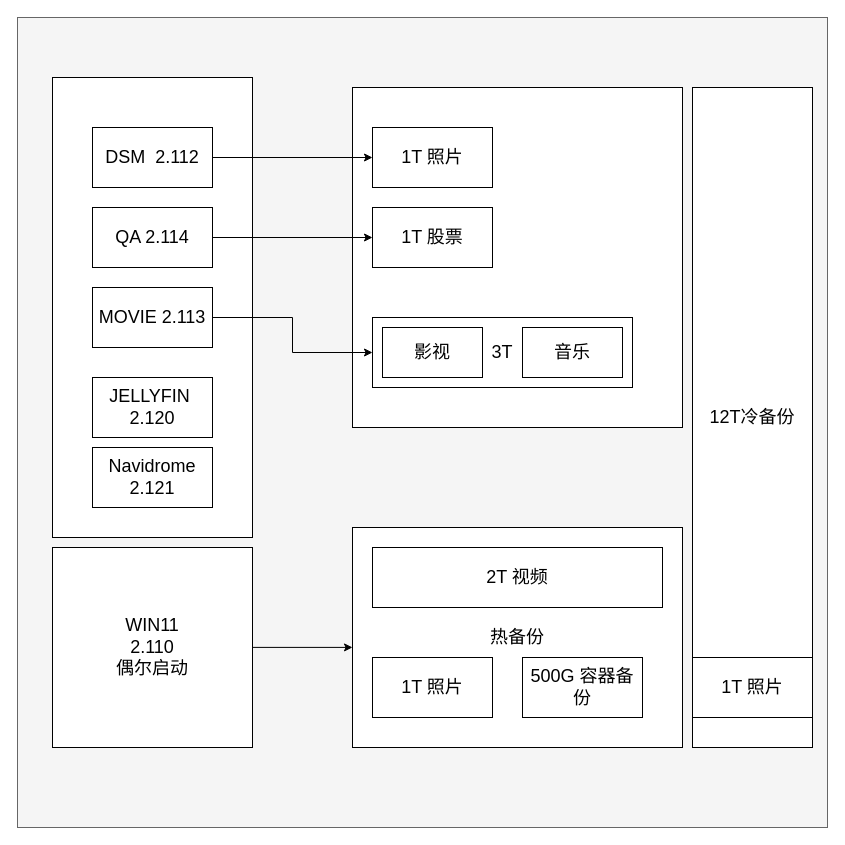
The draw.io diagram src/pve拓扑.drawio in yehonghao/draw, before the edit. Source tidied: cells renumbered, new cells numbered last; positions are measured from the earlier drawing's top-left corner, leaving out a move shared by most shapes. Both pictures are drawn from the tidied source at 100%, with x=0, y=0 at pixel (17, 17).
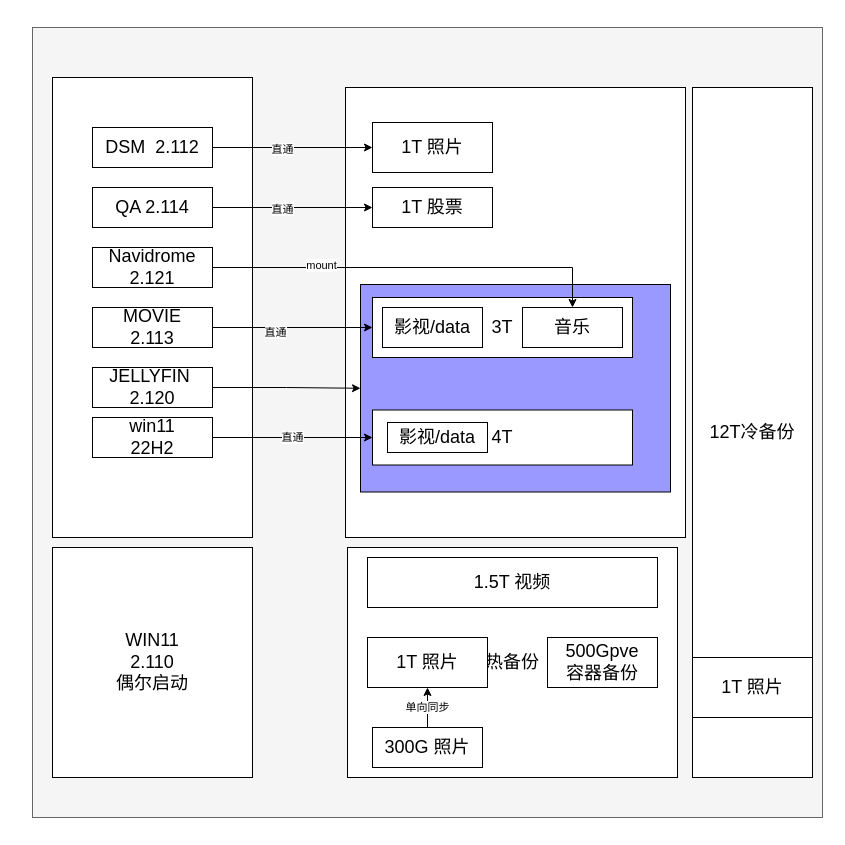
Above is the later version.

Unchanged cells that the change refers to:
```xml
<mxCell id="5" style="edgeStyle=orthogonalEdgeStyle;rounded=0;jettySize=auto;html=1;exitX=1;exitY=0.5;exitDx=0;exitDy=0;fontSize=18;" parent="1" edge="1" source="6" target="13">
  <mxGeometry relative="1" as="geometry" />
</mxCell>
<mxCell id="7" style="edgeStyle=orthogonalEdgeStyle;rounded=0;jettySize=auto;html=1;exitX=1;exitY=0.5;exitDx=0;exitDy=0;entryX=0;entryY=0.5;entryDx=0;entryDy=0;fontSize=18;" parent="1" edge="1" source="8" target="12">
  <mxGeometry relative="1" as="geometry" />
</mxCell>
```

Diff of the diagram source:
```diff
@@
     <mxCell id="2" style="whiteSpace=wrap;html=1;fillColor=#f5f5f5;fontColor=#333333;strokeColor=#666666;" parent="1" vertex="1">
-      <mxGeometry width="810" height="810" as="geometry" />
+      <mxGeometry x="15" y="10" width="790" height="790" as="geometry" />
     </mxCell>
     <mxCell id="3" style="rounded=0;whiteSpace=wrap;html=1;fontSize=18;" parent="1" vertex="1">
-      <mxGeometry x="335" y="70" width="330" height="340" as="geometry" />
+      <mxGeometry x="328" y="70" width="340" height="450" as="geometry" />
     </mxCell>
+    <mxCell id="26" style="rounded=0;whiteSpace=wrap;html=1;fontSize=18;fillColor=#9999FF;" parent="1" vertex="1">
+      <mxGeometry x="343" y="267" width="310" height="207.5" as="geometry" />
+    </mxCell>
@@
+    <mxCell id="27" value="直通" style="edgeLabel;html=1;align=center;verticalAlign=middle;" parent="5" vertex="1">
+      <mxGeometry x="-0.14" y="-1" relative="1" as="geometry" />
+    </mxCell>
     <mxCell id="6" value="DSM&amp;nbsp; 2.112" style="rounded=0;whiteSpace=wrap;html=1;fontSize=18;" parent="1" vertex="1">
-      <mxGeometry x="75" y="110" width="120" height="60" as="geometry" />
+      <mxGeometry x="75" y="110" width="120" height="40" as="geometry" />
     </mxCell>
@@
+    <mxCell id="28" value="直通" style="edgeLabel;html=1;align=center;verticalAlign=middle;" parent="7" vertex="1">
+      <mxGeometry x="-0.23" y="-4" relative="1" as="geometry" />
+    </mxCell>
-    <mxCell id="8" value="MOVIE 2.113" style="rounded=0;whiteSpace=wrap;html=1;fontSize=18;" parent="1" vertex="1">
-      <mxGeometry x="75" y="270" width="120" height="60" as="geometry" />
+    <mxCell id="8" value="MOVIE &lt;br&gt;2.113" style="rounded=0;whiteSpace=wrap;html=1;fontSize=18;" parent="1" vertex="1">
+      <mxGeometry x="75" y="290" width="120" height="40" as="geometry" />
     </mxCell>
+    <mxCell id="29" style="edgeStyle=orthogonalEdgeStyle;rounded=0;jettySize=auto;html=1;" parent="1" edge="1" source="9" target="26">
+      <mxGeometry relative="1" as="geometry" />
+    </mxCell>
     <mxCell id="9" value="JELLYFIN&amp;nbsp; 2.120" style="rounded=0;whiteSpace=wrap;html=1;fontSize=18;" parent="1" vertex="1">
-      <mxGeometry x="75" y="360" width="120" height="60" as="geometry" />
+      <mxGeometry x="75" y="350" width="120" height="40" as="geometry" />
     </mxCell>
-    <mxCell id="10" style="edgeStyle=orthogonalEdgeStyle;rounded=0;jettySize=auto;html=1;exitX=1;exitY=0.5;exitDx=0;exitDy=0;entryX=0;entryY=0.5;entryDx=0;entryDy=0;fontSize=18;" parent="1" edge="1" source="11" target="15">
-      <mxGeometry relative="1" as="geometry" />
-    </mxCell>
     <mxCell id="11" value="QA 2.114" style="rounded=0;whiteSpace=wrap;html=1;fontSize=18;" parent="1" vertex="1">
-      <mxGeometry x="75" y="190" width="120" height="60" as="geometry" />
+      <mxGeometry x="75" y="170" width="120" height="40" as="geometry" />
     </mxCell>
     <mxCell id="12" value="3T" style="rounded=0;whiteSpace=wrap;html=1;fontSize=18;" parent="1" vertex="1">
-      <mxGeometry x="355" y="300" width="260" height="70" as="geometry" />
+      <mxGeometry x="355" y="280" width="260" height="60" as="geometry" />
     </mxCell>
     <mxCell id="13" value="1T 照片" style="rounded=0;whiteSpace=wrap;html=1;fontSize=18;" parent="1" vertex="1">
-      <mxGeometry x="355" y="110" width="120" height="60" as="geometry" />
+      <mxGeometry x="355" y="105" width="120" height="50" as="geometry" />
     </mxCell>
-    <mxCell id="14" value="影视" style="rounded=0;whiteSpace=wrap;html=1;fontSize=18;" parent="1" vertex="1">
-      <mxGeometry x="365" y="310" width="100" height="50" as="geometry" />
+    <mxCell id="14" value="影视/data" style="rounded=0;whiteSpace=wrap;html=1;fontSize=18;" parent="1" vertex="1">
+      <mxGeometry x="365" y="290" width="100" height="40" as="geometry" />
     </mxCell>
     <mxCell id="15" value="1T 股票" style="rounded=0;whiteSpace=wrap;html=1;fontSize=18;" parent="1" vertex="1">
-      <mxGeometry x="355" y="190" width="120" height="60" as="geometry" />
+      <mxGeometry x="355" y="170" width="120" height="40" as="geometry" />
     </mxCell>
+    <mxCell id="30" style="edgeStyle=orthogonalEdgeStyle;rounded=0;jettySize=auto;html=1;entryX=0.5;entryY=0;entryDx=0;entryDy=0;" parent="1" edge="1" source="16" target="17">
+      <mxGeometry relative="1" as="geometry" />
+    </mxCell>
+    <mxCell id="31" value="mount" style="edgeLabel;html=1;align=center;verticalAlign=middle;" parent="30" vertex="1">
+      <mxGeometry x="-0.46" y="3" relative="1" as="geometry" />
+    </mxCell>
     <mxCell id="16" value="Navidrome&lt;br&gt;2.121" style="rounded=0;whiteSpace=wrap;html=1;fontSize=18;" parent="1" vertex="1">
-      <mxGeometry x="75" y="430" width="120" height="60" as="geometry" />
+      <mxGeometry x="75" y="230" width="120" height="40" as="geometry" />
     </mxCell>
     <mxCell id="17" value="音乐" style="rounded=0;whiteSpace=wrap;html=1;fontSize=18;" parent="1" vertex="1">
-      <mxGeometry x="505" y="310" width="100" height="50" as="geometry" />
+      <mxGeometry x="505" y="290" width="100" height="40" as="geometry" />
     </mxCell>
     <mxCell id="18" value="热备份" style="rounded=0;whiteSpace=wrap;html=1;fontSize=18;" parent="1" vertex="1">
-      <mxGeometry x="335" y="510" width="330" height="220" as="geometry" />
+      <mxGeometry x="330" y="530" width="330" height="230" as="geometry" />
     </mxCell>
     <mxCell id="19" value="1T 照片" style="rounded=0;whiteSpace=wrap;html=1;fontSize=18;" parent="1" vertex="1">
-      <mxGeometry x="355" y="640" width="120" height="60" as="geometry" />
+      <mxGeometry x="350" y="620" width="120" height="50" as="geometry" />
     </mxCell>
+    <mxCell id="32" value="单向同步" style="edgeStyle=orthogonalEdgeStyle;rounded=0;jettySize=auto;html=1;exitX=0.5;exitY=0;exitDx=0;exitDy=0;" parent="1" edge="1" source="20" target="19">
+      <mxGeometry relative="1" as="geometry" />
+    </mxCell>
-    <mxCell id="20" value="500G 容器备份" style="rounded=0;whiteSpace=wrap;html=1;fontSize=18;" parent="1" vertex="1">
-      <mxGeometry x="505" y="640" width="120" height="60" as="geometry" />
+    <mxCell id="20" value="300G 照片" style="rounded=0;whiteSpace=wrap;html=1;fontSize=18;" parent="1" vertex="1">
+      <mxGeometry x="355" y="710" width="110" height="40" as="geometry" />
     </mxCell>
     <mxCell id="21" value="12T冷备份" style="rounded=0;whiteSpace=wrap;html=1;fontSize=18;" parent="1" vertex="1">
-      <mxGeometry x="675" y="70" width="120" height="660" as="geometry" />
+      <mxGeometry x="675" y="70" width="120" height="690" as="geometry" />
     </mxCell>
@@
     <mxCell id="23" value="WIN11&lt;br&gt;2.110&lt;br style=&quot;font-size: 18px;&quot;&gt;偶尔启动" style="rounded=0;whiteSpace=wrap;html=1;fontSize=18;" parent="1" vertex="1">
-      <mxGeometry x="35" y="530" width="200" height="200" as="geometry" />
+      <mxGeometry x="35" y="530" width="200" height="230" as="geometry" />
     </mxCell>
-    <mxCell id="24" style="edgeStyle=orthogonalEdgeStyle;rounded=0;jettySize=auto;html=1;exitX=1;exitY=0.5;exitDx=0;exitDy=0;fontSize=18;entryX=0;entryY=0.545;entryDx=0;entryDy=0;entryPerimeter=0;" parent="1" edge="1" target="18">
-      <mxGeometry relative="1" as="geometry">
-        <mxPoint x="235" y="634.5" as="sourcePoint" />
-        <Array as="points">
-          <mxPoint x="235" y="630" />
-        </Array>
-      </mxGeometry>
-    </mxCell>
-    <mxCell id="25" value="2T 视频" style="rounded=0;whiteSpace=wrap;html=1;fontSize=18;" parent="1" vertex="1">
-      <mxGeometry x="355" y="530" width="290" height="60" as="geometry" />
+    <mxCell id="25" value="1.5T 视频" style="rounded=0;whiteSpace=wrap;html=1;fontSize=18;" parent="1" vertex="1">
+      <mxGeometry x="350" y="540" width="290" height="50" as="geometry" />
     </mxCell>
+    <mxCell id="33" value="500Gpve&lt;br&gt;容器备份" style="rounded=0;whiteSpace=wrap;html=1;fontSize=18;" parent="1" vertex="1">
+      <mxGeometry x="530" y="620" width="110" height="50" as="geometry" />
+    </mxCell>
+    <mxCell id="34" value="4T" style="rounded=0;whiteSpace=wrap;html=1;fontSize=18;" parent="1" vertex="1">
+      <mxGeometry x="355" y="392.5" width="260" height="55" as="geometry" />
+    </mxCell>
+    <mxCell id="35" value="影视/data" style="rounded=0;whiteSpace=wrap;html=1;fontSize=18;" parent="1" vertex="1">
+      <mxGeometry x="370" y="405" width="100" height="30" as="geometry" />
+    </mxCell>
+    <mxCell id="36" value="直通" style="edgeStyle=orthogonalEdgeStyle;rounded=0;jettySize=auto;html=1;" parent="1" edge="1" source="37">
+      <mxGeometry relative="1" as="geometry">
+        <mxPoint x="355" y="420" as="targetPoint" />
+      </mxGeometry>
+    </mxCell>
+    <mxCell id="37" value="win11&lt;br&gt;22H2" style="rounded=0;whiteSpace=wrap;html=1;fontSize=18;" parent="1" vertex="1">
+      <mxGeometry x="75" y="400" width="120" height="40" as="geometry" />
+    </mxCell>
+    <mxCell id="10" style="edgeStyle=orthogonalEdgeStyle;rounded=0;jettySize=auto;html=1;exitX=1;exitY=0.5;exitDx=0;exitDy=0;fontSize=18;entryX=0;entryY=0.5;entryDx=0;entryDy=0;" parent="1" edge="1" source="11" target="15">
+      <mxGeometry relative="1" as="geometry" />
+    </mxCell>
+    <mxCell id="38" value="直通" style="edgeLabel;html=1;align=center;verticalAlign=middle;" parent="10" vertex="1">
+      <mxGeometry x="-0.14" y="-1" relative="1" as="geometry" />
+    </mxCell>
```
